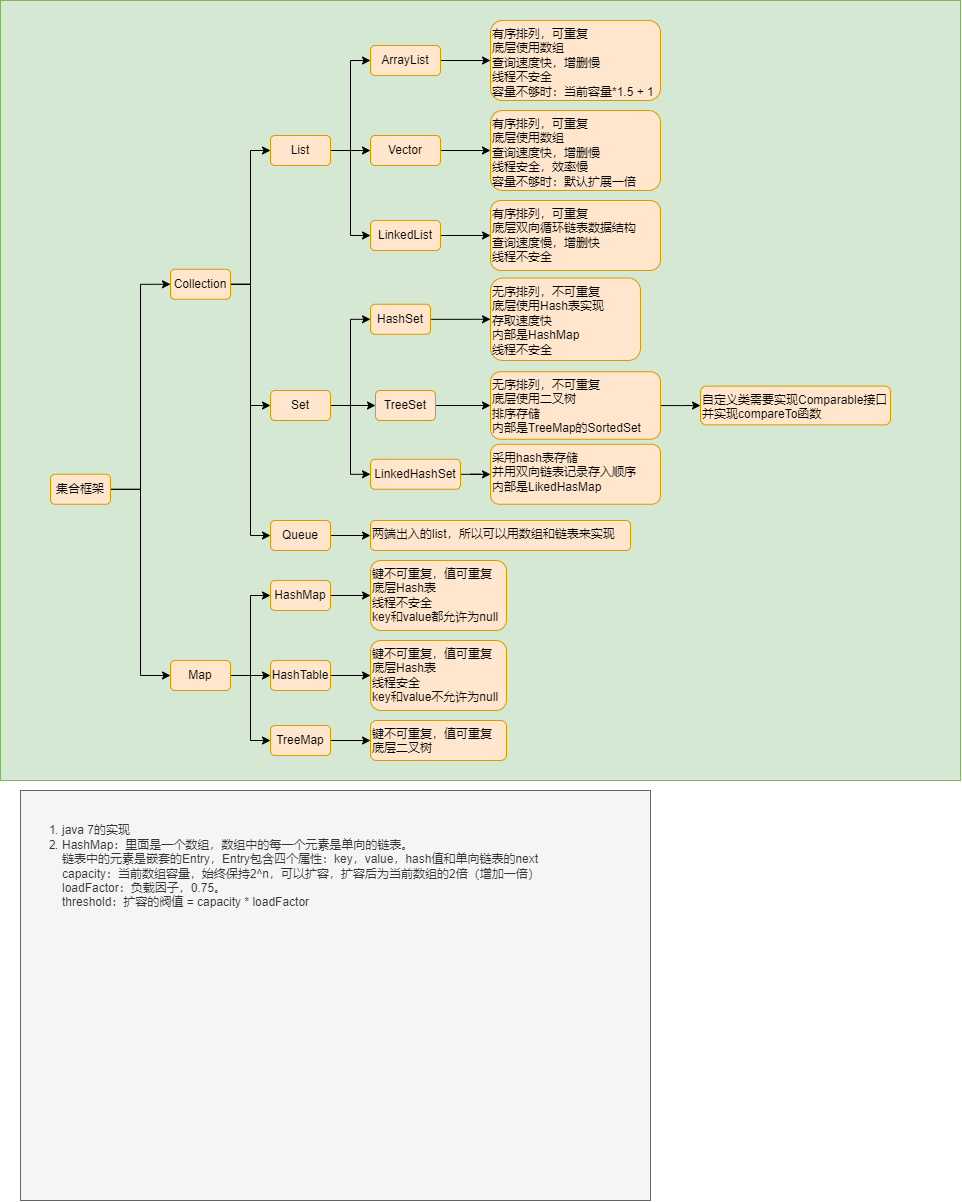
Before: java/Java集合.png, a diagram exported from draw.io (lore-study/java-picture-bed). Source tidied: cells renumbered, new cells last; positions are measured from the earlier drawing's top-left corner, leaving out a move shared by most shapes.
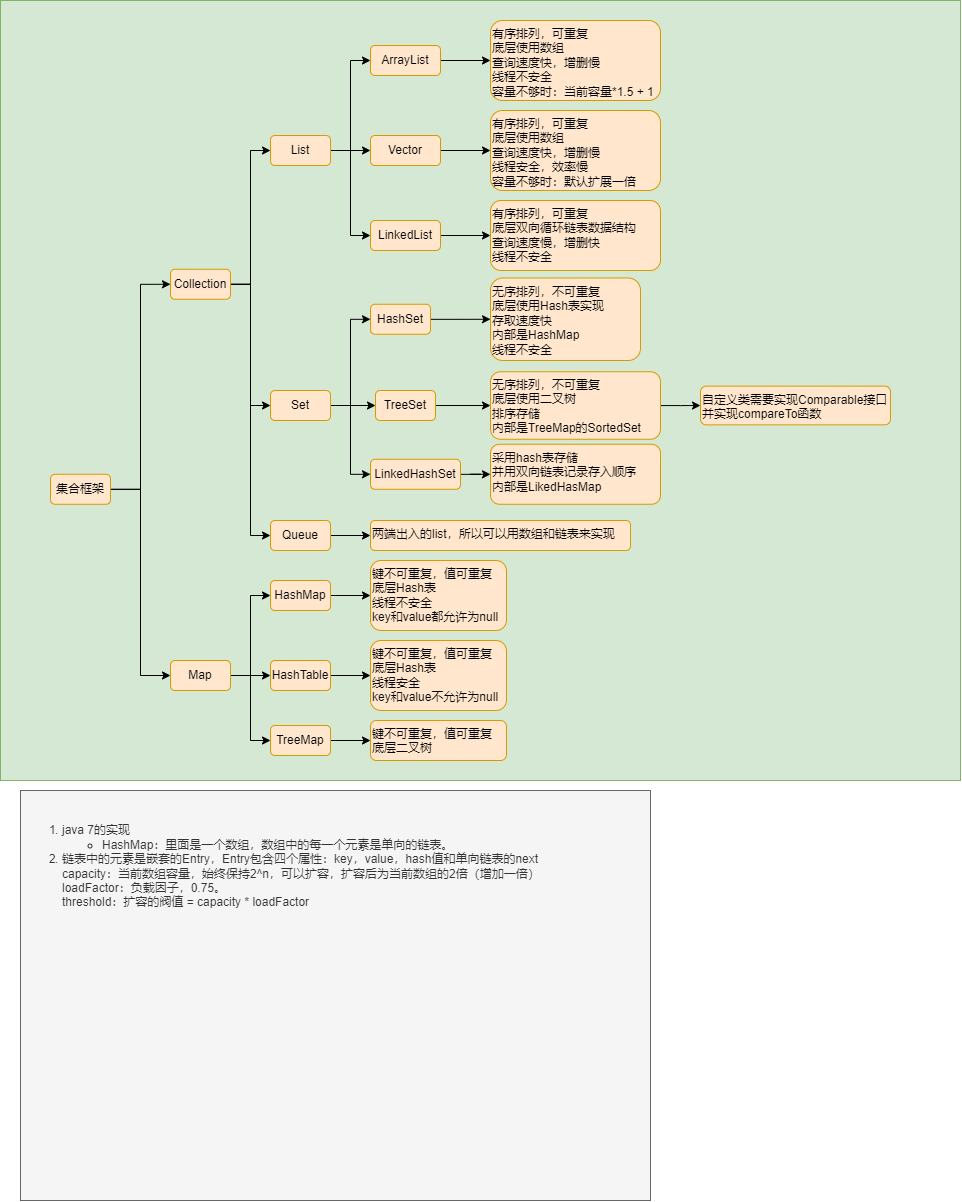
The same diagram one commit later.

Change to the diagram source:
```diff
@@ -158,7 +158,7 @@
     <mxCell id="53" value="自定义类需要实现Comparable接口&lt;br&gt;并实现compareTo函数" style="rounded=1;whiteSpace=wrap;html=1;fillColor=#ffe6cc;strokeColor=#d79b00;align=left;verticalAlign=top;" parent="1" vertex="1">
       <mxGeometry x="700" y="385.6" width="190" height="38.8" as="geometry" />
     </mxCell>
-    <mxCell id="54" value="&lt;br&gt;&lt;ol&gt;&lt;li&gt;java 7的实现&lt;/li&gt;&lt;li&gt;HashMap：里面是一个数组，数组中的每一个元素是单向的链表。&lt;br&gt;&lt;span&gt;&#9;&lt;/span&gt;链表中的元素是嵌套的Entry，Entry包含四个属性：key，value，hash值和单向链表的next&lt;br&gt;&lt;span&gt;&#9;&lt;/span&gt;capacity：当前数组容量，始终保持2^n，可以扩容，扩容后为当前数组的2倍（增加一倍）&lt;br&gt;&lt;span&gt;&#9;&lt;/span&gt;loadFactor：负载因子，0.75。&lt;br&gt;&lt;span&gt;&#9;&lt;/span&gt;threshold：扩容的阀值 = capacity * loadFactor&lt;br&gt;&lt;/li&gt;&lt;/ol&gt;" style="rounded=0;whiteSpace=wrap;html=1;fillColor=#f5f5f5;fontColor=#333333;strokeColor=#666666;align=left;verticalAlign=top;" parent="1" vertex="1">
+    <mxCell id="54" value="&lt;br&gt;&lt;ol&gt;&lt;li&gt;java 7的实现&lt;/li&gt;&lt;ul&gt;&lt;li&gt;&lt;span&gt;HashMap：里面是一个数组，数组中的每一个元素是单向的链表。&lt;/span&gt;&lt;/li&gt;&lt;/ul&gt;&lt;li&gt;&lt;span&gt;&#9;&lt;/span&gt;&lt;span&gt;链表中的元素是嵌套的Entry，Entry包含四个属性：key，value，hash值和单向链表的next&lt;/span&gt;&lt;br&gt;&lt;span&gt;&#9;&lt;/span&gt;&lt;span&gt;capacity：当前数组容量，始终保持2^n，可以扩容，扩容后为当前数组的2倍（增加一倍）&lt;/span&gt;&lt;br&gt;&lt;span&gt;&#9;&lt;/span&gt;&lt;span&gt;loadFactor：负载因子，0.75。&lt;/span&gt;&lt;br&gt;&lt;span&gt;&#9;&lt;/span&gt;&lt;span&gt;threshold：扩容的阀值 = capacity * loadFactor&lt;/span&gt;&lt;br&gt;&lt;/li&gt;&lt;/ol&gt;" style="rounded=0;whiteSpace=wrap;html=1;fillColor=#f5f5f5;fontColor=#333333;strokeColor=#666666;align=left;verticalAlign=top;" parent="1" vertex="1">
       <mxGeometry x="20" y="790" width="630" height="410" as="geometry" />
     </mxCell>
   </root>
```
